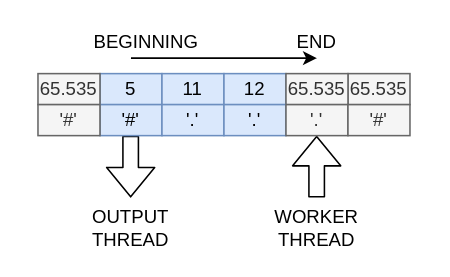
SoulKa/cds-s-2021 keeps this draw.io diagram as page "output-queue" (2 of 2) of report/assets/queues.drawio. Above is the earlier version. Source tidied: cells renumbered, new cells numbered last; positions are measured from the earlier drawing's top-left corner, leaving out a move shared by most shapes. Both pictures are drawn from the tidied source at 155%, with x=0, y=0 at pixel (37, 26).
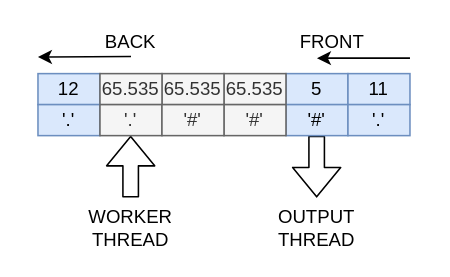
Above is the later version.

Change to the diagram source:
```diff
@@
     <mxCell id="2" value="5" style="rounded=0;whiteSpace=wrap;html=1;fillColor=#dae8fc;strokeColor=#6c8ebf;" parent="1" vertex="1">
-      <mxGeometry x="40" y="30" width="40" height="20" as="geometry" />
+      <mxGeometry x="160" y="30" width="40" height="20" as="geometry" />
     </mxCell>
     <mxCell id="3" value="11" style="rounded=0;whiteSpace=wrap;html=1;fillColor=#dae8fc;strokeColor=#6c8ebf;" parent="1" vertex="1">
-      <mxGeometry x="80" y="30" width="40" height="20" as="geometry" />
+      <mxGeometry x="200" y="30" width="40" height="20" as="geometry" />
     </mxCell>
     <mxCell id="4" value="12" style="rounded=0;whiteSpace=wrap;html=1;fillColor=#dae8fc;strokeColor=#6c8ebf;" parent="1" vertex="1">
-      <mxGeometry x="120" y="30" width="40" height="20" as="geometry" />
+      <mxGeometry y="30" width="40" height="20" as="geometry" />
     </mxCell>
     <mxCell id="5" value="65.535" style="rounded=0;whiteSpace=wrap;html=1;fillColor=#f5f5f5;strokeColor=#666666;fontColor=#333333;" parent="1" vertex="1">
-      <mxGeometry y="30" width="40" height="20" as="geometry" />
+      <mxGeometry x="120" y="30" width="40" height="20" as="geometry" />
     </mxCell>
     <mxCell id="6" value="65.535" style="rounded=0;whiteSpace=wrap;html=1;fillColor=#f5f5f5;strokeColor=#666666;fontColor=#333333;" parent="1" vertex="1">
-      <mxGeometry x="200" y="30" width="40" height="20" as="geometry" />
+      <mxGeometry x="80" y="30" width="40" height="20" as="geometry" />
     </mxCell>
     <mxCell id="7" style="shape=flexArrow;endArrow=classic;html=1;" parent="1" edge="1">
       <mxGeometry relative="1" as="geometry">
-        <mxPoint x="179.8" y="110" as="sourcePoint" />
-        <mxPoint x="179.8" y="70" as="targetPoint" />
+        <mxPoint x="59.8" y="110" as="sourcePoint" />
+        <mxPoint x="59.8" y="70" as="targetPoint" />
       </mxGeometry>
     </mxCell>
     <mxCell id="8" style="shape=flexArrow;endArrow=classic;html=1;" parent="1" edge="1">
       <mxGeometry relative="1" as="geometry">
-        <mxPoint x="59.8" y="70" as="sourcePoint" />
-        <mxPoint x="59.8" y="110" as="targetPoint" />
+        <mxPoint x="179.8" y="70" as="sourcePoint" />
+        <mxPoint x="179.8" y="110" as="targetPoint" />
       </mxGeometry>
     </mxCell>
     <mxCell id="9" value="65.535" style="rounded=0;whiteSpace=wrap;html=1;fillColor=#f5f5f5;strokeColor=#666666;fontColor=#333333;" parent="1" vertex="1">
-      <mxGeometry x="160" y="30" width="40" height="20" as="geometry" />
+      <mxGeometry x="40" y="30" width="40" height="20" as="geometry" />
     </mxCell>
     <mxCell id="10" value="OUTPUT THREAD" style="text;html=1;strokeColor=none;fillColor=none;align=center;verticalAlign=middle;whiteSpace=wrap;rounded=0;" parent="1" vertex="1">
-      <mxGeometry x="40" y="120" width="40" height="20" as="geometry" />
+      <mxGeometry x="160" y="120" width="40" height="20" as="geometry" />
     </mxCell>
     <mxCell id="11" value="WORKER THREAD" style="text;html=1;strokeColor=none;fillColor=none;align=center;verticalAlign=middle;whiteSpace=wrap;rounded=0;" parent="1" vertex="1">
-      <mxGeometry x="160" y="120" width="40" height="20" as="geometry" />
+      <mxGeometry x="40" y="120" width="40" height="20" as="geometry" />
     </mxCell>
     <mxCell id="12" value="'#'" style="rounded=0;whiteSpace=wrap;html=1;fillColor=#dae8fc;strokeColor=#6c8ebf;" parent="1" vertex="1">
-      <mxGeometry x="40" y="50" width="40" height="20" as="geometry" />
+      <mxGeometry x="160" y="50" width="40" height="20" as="geometry" />
     </mxCell>
     <mxCell id="13" value="'.'" style="rounded=0;whiteSpace=wrap;html=1;fillColor=#dae8fc;strokeColor=#6c8ebf;" parent="1" vertex="1">
-      <mxGeometry x="80" y="50" width="40" height="20" as="geometry" />
+      <mxGeometry x="200" y="50" width="40" height="20" as="geometry" />
     </mxCell>
     <mxCell id="14" value="'.'" style="rounded=0;whiteSpace=wrap;html=1;fillColor=#dae8fc;strokeColor=#6c8ebf;" parent="1" vertex="1">
-      <mxGeometry x="120" y="50" width="40" height="20" as="geometry" />
+      <mxGeometry y="50" width="40" height="20" as="geometry" />
     </mxCell>
     <mxCell id="15" value="'#'" style="rounded=0;whiteSpace=wrap;html=1;fillColor=#f5f5f5;strokeColor=#666666;fontColor=#333333;" parent="1" vertex="1">
-      <mxGeometry y="50" width="40" height="20" as="geometry" />
+      <mxGeometry x="120" y="50" width="40" height="20" as="geometry" />
     </mxCell>
     <mxCell id="16" value="'.'" style="rounded=0;whiteSpace=wrap;html=1;fillColor=#f5f5f5;strokeColor=#666666;fontColor=#333333;" parent="1" vertex="1">
-      <mxGeometry x="160" y="50" width="40" height="20" as="geometry" />
+      <mxGeometry x="40" y="50" width="40" height="20" as="geometry" />
     </mxCell>
     <mxCell id="17" value="'#'" style="rounded=0;whiteSpace=wrap;html=1;fillColor=#f5f5f5;strokeColor=#666666;fontColor=#333333;" parent="1" vertex="1">
-      <mxGeometry x="200" y="50" width="40" height="20" as="geometry" />
+      <mxGeometry x="80" y="50" width="40" height="20" as="geometry" />
     </mxCell>
-    <mxCell id="18" value="BEGINNING" style="text;html=1;strokeColor=none;fillColor=none;align=center;verticalAlign=middle;whiteSpace=wrap;rounded=0;" parent="1" vertex="1">
-      <mxGeometry x="50" width="40" height="20" as="geometry" />
+    <mxCell id="18" value="FRONT" style="text;html=1;strokeColor=none;fillColor=none;align=center;verticalAlign=middle;whiteSpace=wrap;rounded=0;" parent="1" vertex="1">
+      <mxGeometry x="170" width="40" height="20" as="geometry" />
     </mxCell>
-    <mxCell id="19" value="END" style="text;html=1;strokeColor=none;fillColor=none;align=center;verticalAlign=middle;whiteSpace=wrap;rounded=0;" parent="1" vertex="1">
-      <mxGeometry x="160" width="40" height="20" as="geometry" />
+    <mxCell id="19" value="BACK" style="text;html=1;strokeColor=none;fillColor=none;align=center;verticalAlign=middle;whiteSpace=wrap;rounded=0;" parent="1" vertex="1">
+      <mxGeometry x="40" width="40" height="20" as="geometry" />
     </mxCell>
     <mxCell id="20" style="endArrow=classic;html=1;" parent="1" edge="1">
       <mxGeometry relative="1" as="geometry">
-        <mxPoint x="60" y="20" as="sourcePoint" />
+        <mxPoint x="240" y="20" as="sourcePoint" />
         <mxPoint x="180" y="20" as="targetPoint" />
       </mxGeometry>
     </mxCell>
+    <mxCell id="21" style="endArrow=classic;html=1;" parent="1" edge="1">
+      <mxGeometry relative="1" as="geometry">
+        <mxPoint x="60" y="19" as="sourcePoint" />
+        <mxPoint y="19.3" as="targetPoint" />
+      </mxGeometry>
+    </mxCell>
```
